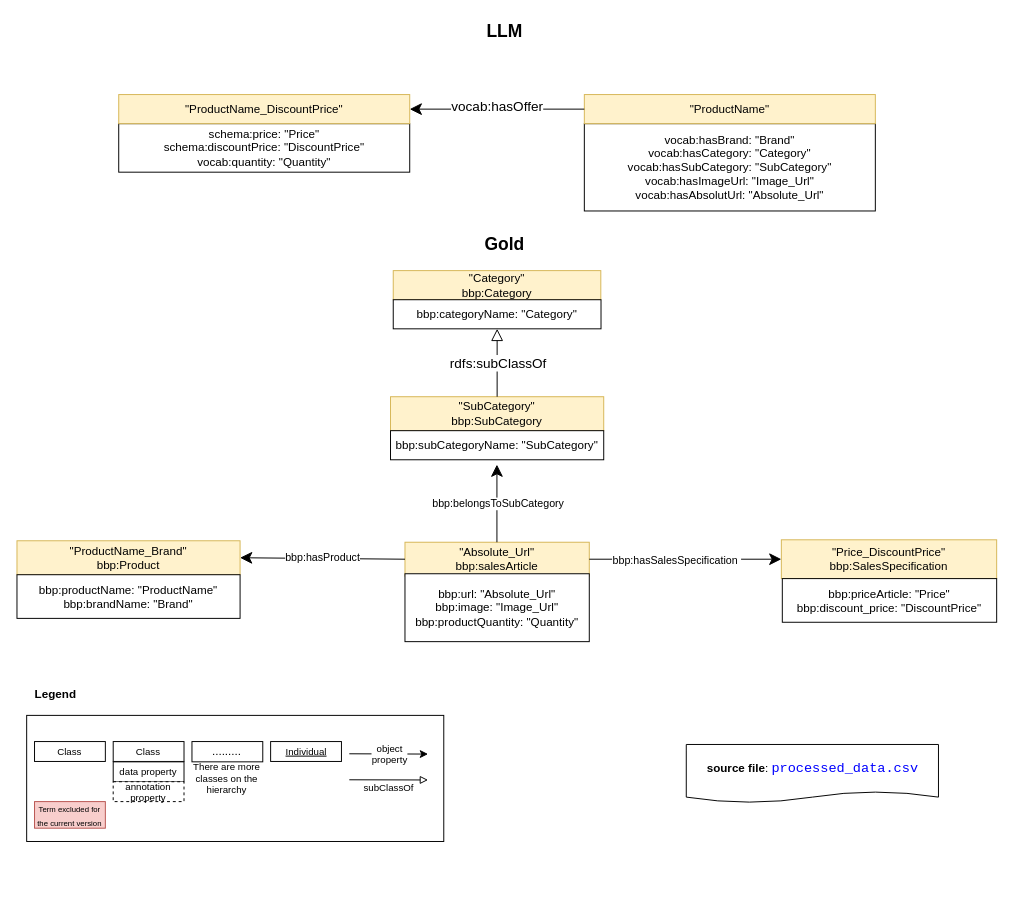
Earlier version of the draw.io diagram page "Gold-LLM" (6 of 20) of BigBasketProducts/Figures/bigBasketProducts.drawio (tecnomod-um/EvaluationGraphAlignmentMethods). Source tidied: cells renumbered, new cells numbered last; positions are measured from the earlier drawing's top-left corner, leaving out a move shared by most shapes. Both pictures are drawn from the tidied source at 97%, with x=0, y=0 at pixel (16, 16).
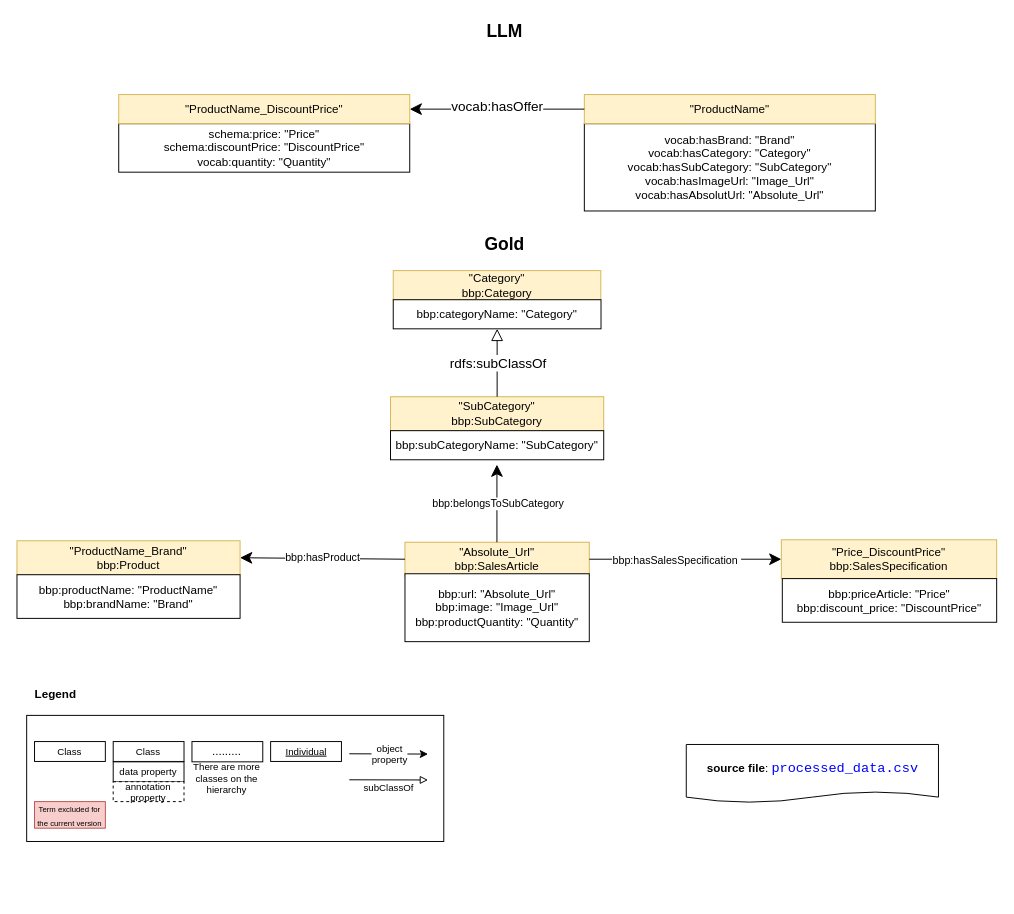
The same diagram, later.

What changed in the source:
```diff
@@
-    <mxCell id="16" value="&quot;Absolute_Url&quot;&lt;br&gt;bbp:salesArticle" style="rounded=0;whiteSpace=wrap;html=1;labelBackgroundColor=none;fillColor=#fff2cc;strokeColor=#d6b656;noLabel=0;" parent="1" vertex="1">
+    <mxCell id="16" value="&quot;Absolute_Url&quot;&lt;br&gt;bbp:SalesArticle" style="rounded=0;whiteSpace=wrap;html=1;labelBackgroundColor=none;fillColor=#fff2cc;strokeColor=#d6b656;noLabel=0;" parent="1" vertex="1">
       <mxGeometry x="400" y="541.5" width="190" height="35" as="geometry" />
     </mxCell>
```
